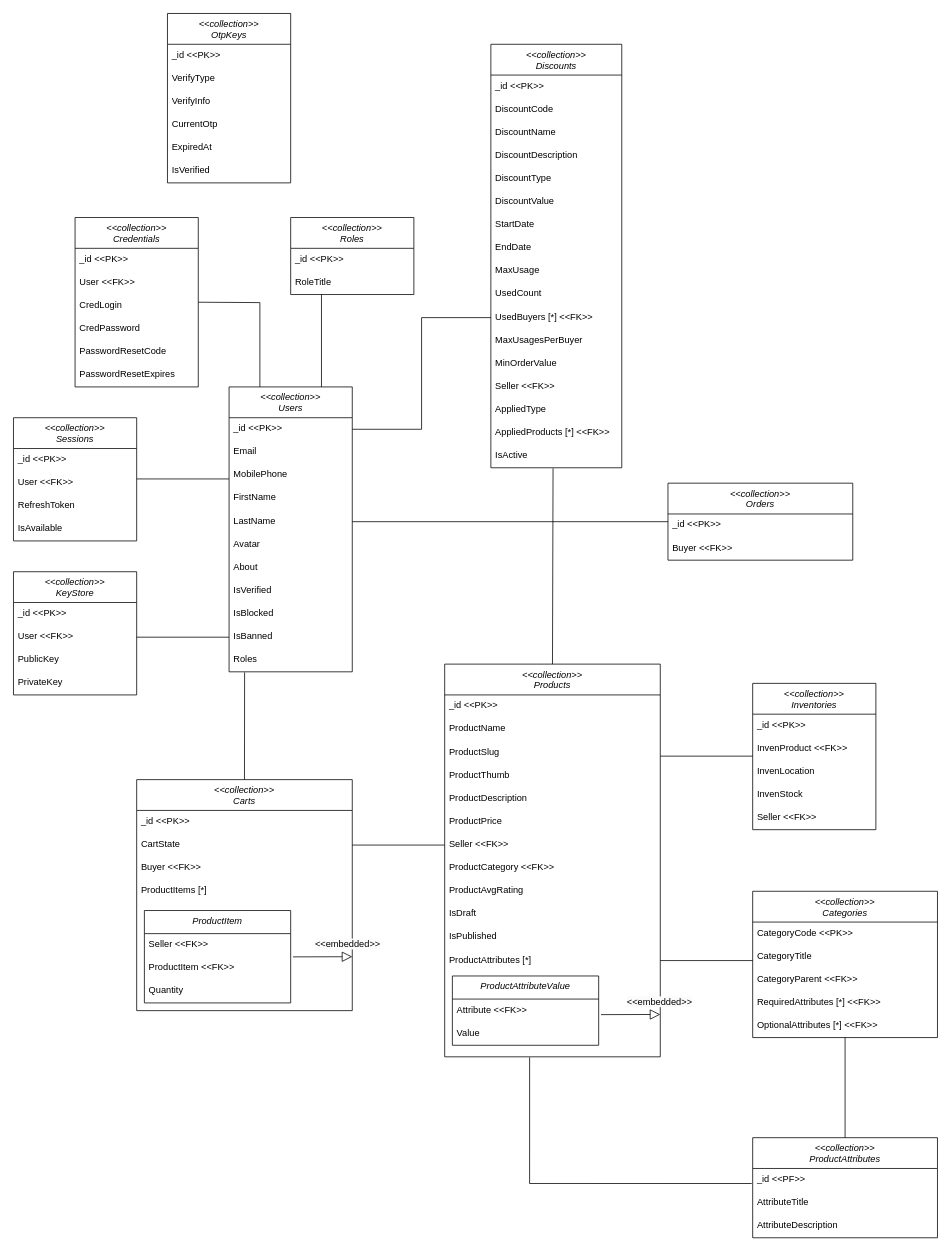
Above: docs/MeMartket MongoDB.drawio in NhutHuyDev/me-market (draw.io), before the change. Source tidied: cells renumbered, new cells numbered last; positions are measured from the earlier drawing's top-left corner, leaving out a move shared by most shapes. Both pictures are drawn from the tidied source at 77%, with x=0, y=0 at pixel (13, 13).
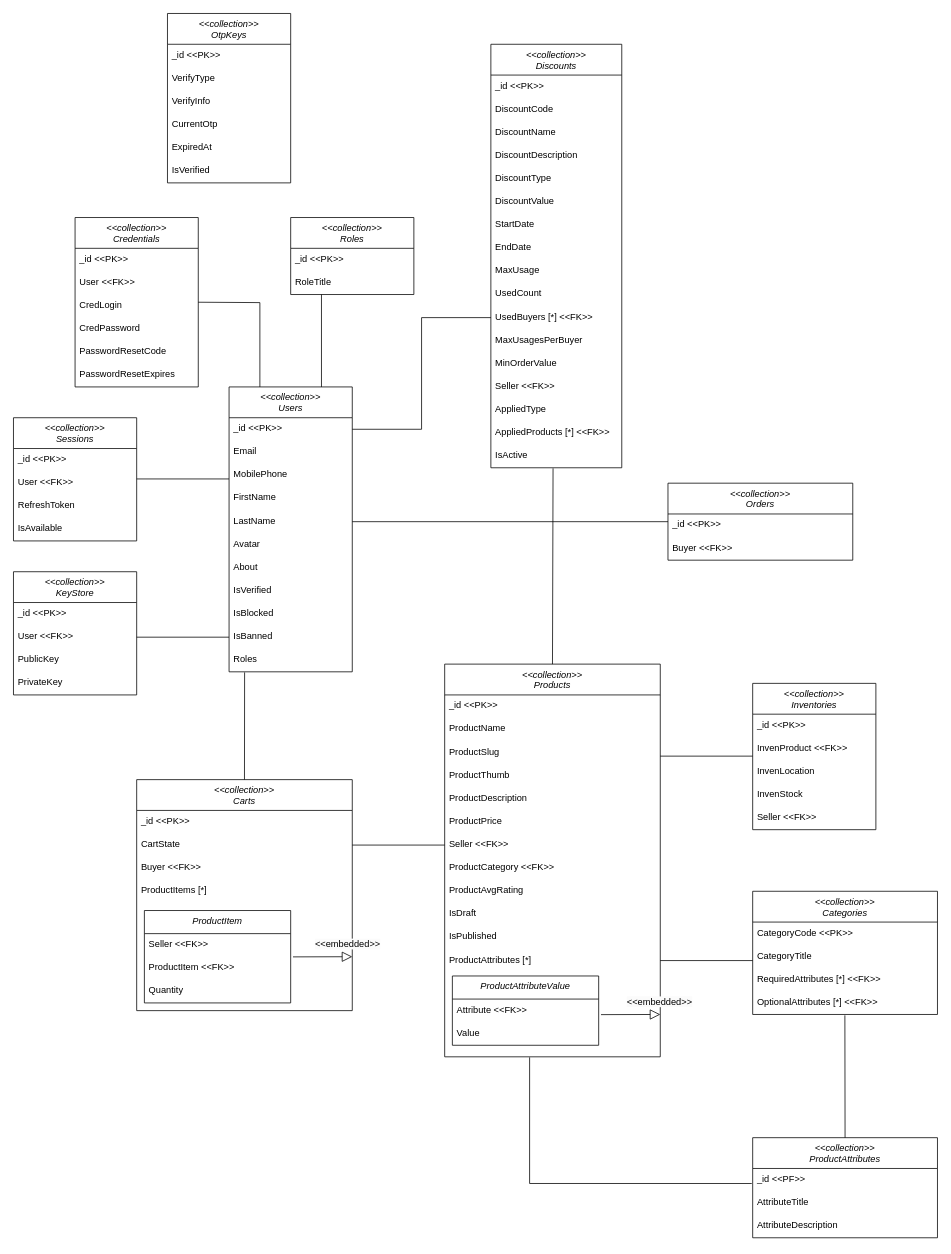
The same diagram, later.

Unchanged cells that the change refers to:
```xml
<mxCell id="116" value="&lt;&lt;collection&gt;&gt;&#10;ProductAttributes" style="swimlane;fontStyle=2;align=center;verticalAlign=top;horizontal=1;startSize=40;rounded=0;shadow=0;strokeWidth=1;direction=east;" parent="1" vertex="1">
  <mxGeometry x="960" y="1460" width="240" height="130" as="geometry" />
</mxCell>
```

Diff of the diagram source:
```diff
@@
     <mxCell id="34" value="&lt;&lt;collection&gt;&gt;&#10;Categories" style="swimlane;fontStyle=2;align=center;verticalAlign=top;horizontal=1;startSize=40;rounded=0;shadow=0;strokeWidth=1;" parent="1" vertex="1">
-      <mxGeometry x="960" y="1140" width="240" height="190" as="geometry" />
+      <mxGeometry x="960" y="1140" width="240" height="160" as="geometry" />
     </mxCell>
@@
-    <mxCell id="37" value="CategoryParent &lt;&lt;FK&gt;&gt;" style="text;align=left;verticalAlign=top;spacingLeft=4;spacingRight=4;overflow=hidden;" parent="34" vertex="1">
-      <mxGeometry y="100" width="240" height="30" as="geometry" />
-    </mxCell>
     <mxCell id="38" value="RequiredAttributes [*] &lt;&lt;FK&gt;&gt;" style="text;align=left;verticalAlign=top;spacingLeft=4;spacingRight=4;overflow=hidden;" parent="34" vertex="1">
-      <mxGeometry y="130" width="240" height="30" as="geometry" />
+      <mxGeometry y="100" width="240" height="30" as="geometry" />
     </mxCell>
     <mxCell id="39" value="OptionalAttributes [*] &lt;&lt;FK&gt;&gt;" style="text;align=left;verticalAlign=top;spacingLeft=4;spacingRight=4;overflow=hidden;points=[[0,0.5],[1,0.5]];portConstraint=eastwest;" parent="34" vertex="1">
-      <mxGeometry y="160" width="240" height="30" as="geometry" />
+      <mxGeometry y="130" width="240" height="30" as="geometry" />
     </mxCell>
@@
-    <mxCell id="120" style="endArrow=none;html=1;rounded=0;entryX=0.5;entryY=0;entryDx=0;entryDy=0;" parent="1" edge="1" target="116">
-      <mxGeometry relative="1" as="geometry">
-        <mxPoint x="1080" y="1330" as="sourcePoint" />
-      </mxGeometry>
+    <mxCell id="120" style="endArrow=none;html=1;rounded=0;entryX=0.5;entryY=0;entryDx=0;entryDy=0;exitX=0.499;exitY=1.037;exitDx=0;exitDy=0;exitPerimeter=0;" parent="1" edge="1" source="39" target="116">
+      <mxGeometry relative="1" as="geometry" />
     </mxCell>
```
